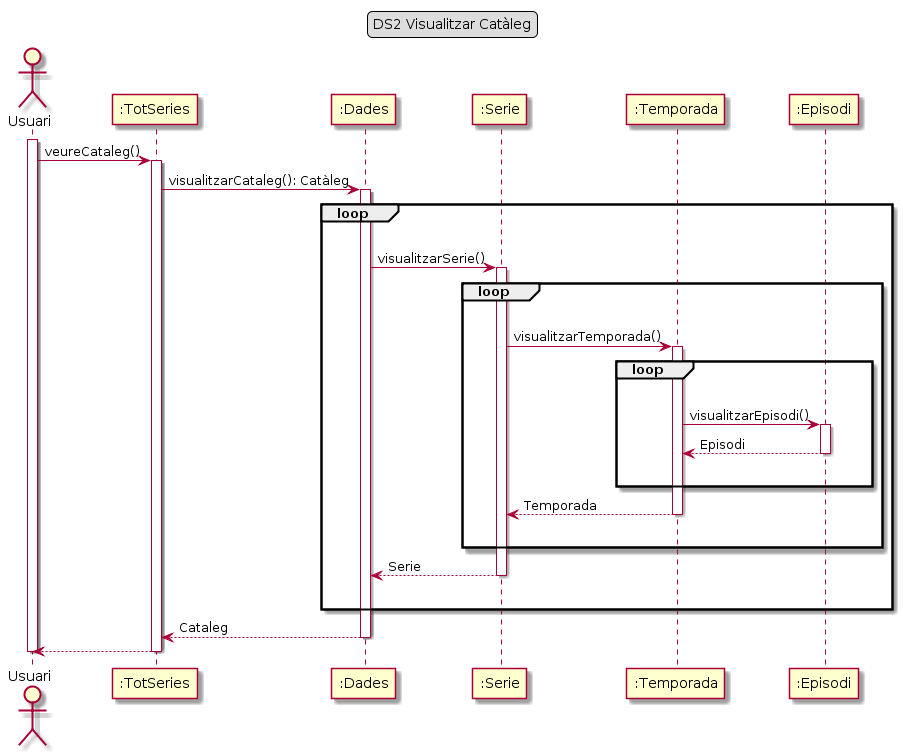
Above: Lab4/DS/DS2 Cataleg.png in Ralleg314/DS (PlantUML), before the change.
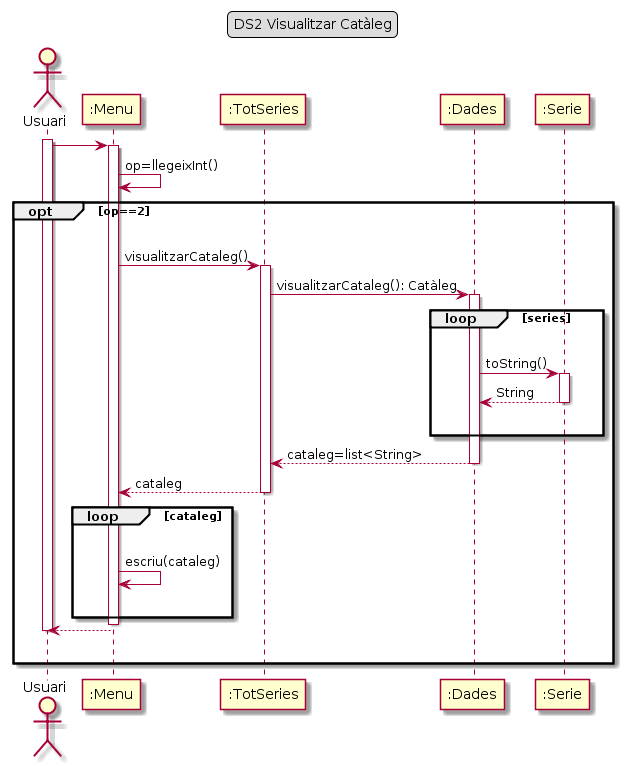
After the commit.

The edit, as a diff of the source:
```diff
@@ -6,44 +6,42 @@
 actor Usuari as usuari
 activate usuari
 
+participant ":Menu" as menu
 participant ":TotSeries" as TS
 participant ":Dades" as dades
 participant ":Serie" as serie
-participant ":Temporada" as temporada
-participant ":Episodi" as episodi
 
-usuari ->TS: veureCataleg()
-activate TS
+usuari -> menu
+activate menu
+menu ->menu : op=llegeixInt()
+opt op==2
+    |||
+    menu ->TS: visualitzarCataleg()
+    activate TS
 
-TS -> dades: visualitzarCataleg(): Catàleg
-activate dades
-loop
-    |||
-    dades ->serie : visualitzarSerie()
-    activate serie
-    loop
+    TS -> dades: visualitzarCataleg(): Catàleg
+    activate dades
+    loop series
         |||
-        serie ->temporada : visualitzarTemporada()
-        activate temporada
-        loop
-            |||
-            temporada -> episodi : visualitzarEpisodi()
-            activate episodi
-            episodi --> temporada : Episodi
-            deactivate episodi
-            |||
-        end
-        temporada --> serie : Temporada
-        deactivate temporada
+        dades ->serie : toString()
+        activate serie
+        serie --> dades : String
+        deactivate serie
         |||
     end
-    serie --> dades : Serie
-    deactivate serie
+    dades --> TS : cataleg=list<String>
+    deactivate dades
+    TS ---> menu : cataleg
+    deactivate TS
+    loop cataleg
+        |||
+        menu->menu : escriu(cataleg)
+        |||
+    end
+    deactivate menu
+    menu --> usuari
+    deactivate TS
+    deactivate usuari
     |||
 end
-dades --> TS : Cataleg
-deactivate dades
-TS --> usuari
-deactivate TS
-deactivate usuari
 @enduml
```
